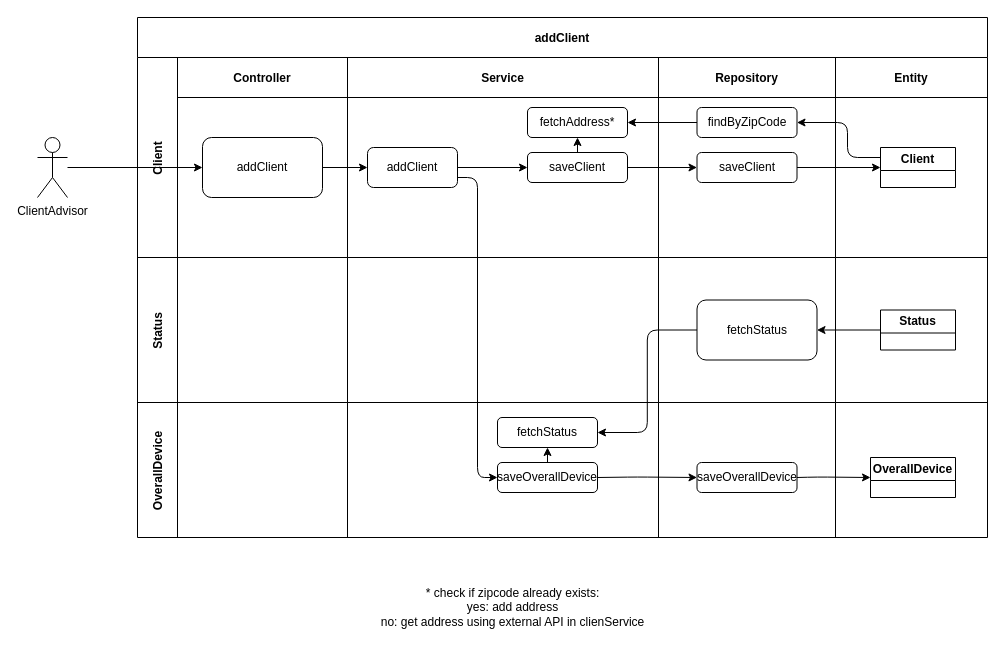
Above: media/ASD_addClient.drawio in MiloSimons/educom-ecopowrrr (draw.io), before the change. Source tidied: cells renumbered, new cells numbered last; positions are measured from the earlier drawing's top-left corner, leaving out a move shared by most shapes. Both pictures are drawn from the tidied source at 100%, with x=0, y=0 at pixel (37, 17).
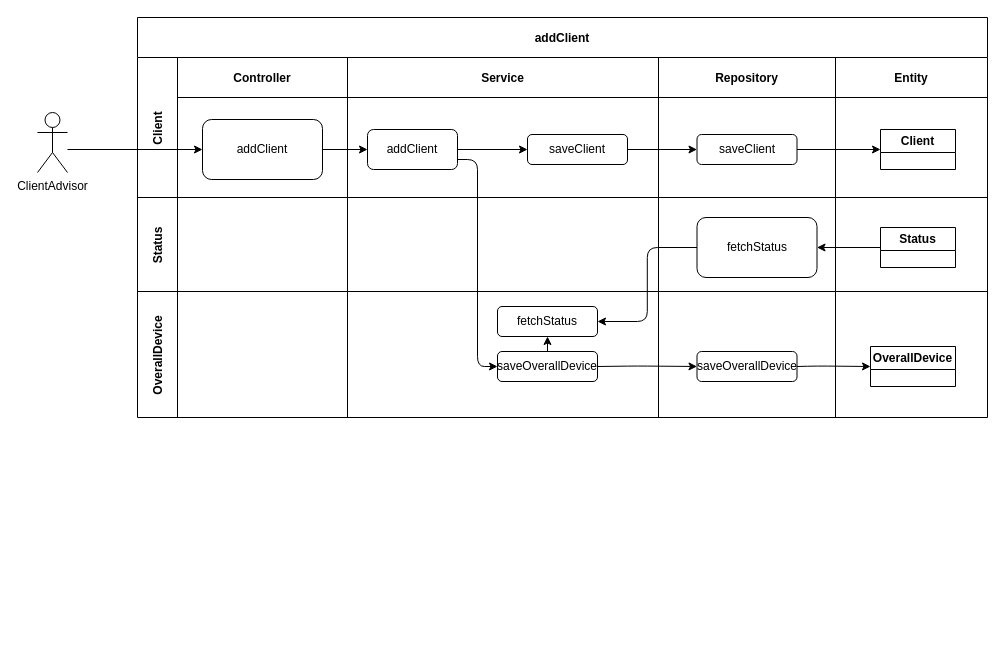
The same diagram, later.

Commit message (it also covers changes not shown here):
adding clients using postcode.tech (#6)

What changed in the source:
```diff
@@
+    <mxCell id="44" style="edgeStyle=none;html=1;" parent="1" edge="1" target="5">
+      <mxGeometry relative="1" as="geometry">
+        <mxPoint x="30" y="132" as="sourcePoint" />
+      </mxGeometry>
+    </mxCell>
+    <mxCell id="45" value="ClientAdvisor" style="shape=umlActor;verticalLabelPosition=bottom;verticalAlign=top;html=1;outlineConnect=0;" parent="1" vertex="1">
+      <mxGeometry y="95" width="30" height="60" as="geometry" />
+    </mxCell>
     <mxCell id="2" value="addClient" style="shape=table;childLayout=tableLayout;startSize=40;fontStyle=1;" parent="1" vertex="1">
-      <mxGeometry x="100" width="850" height="520" as="geometry" />
+      <mxGeometry x="100" width="850" height="400" as="geometry" />
     </mxCell>
     <mxCell id="3" value="Client" style="shape=tableRow;horizontal=0;startSize=40;swimlaneHead=0;swimlaneBody=0;top=0;left=0;bottom=0;right=0;fillColor=none;fontStyle=1;" parent="2" vertex="1">
-      <mxGeometry y="40" width="850" height="200" as="geometry" />
+      <mxGeometry y="40" width="850" height="140" as="geometry" />
     </mxCell>
     <mxCell id="4" value="Controller" style="swimlane;swimlaneHead=0;swimlaneBody=0;fontStyle=0;fillColor=none;startSize=40;fontStyle=1;" parent="3" vertex="1">
-      <mxGeometry x="40" width="170" height="200" as="geometry" />
+      <mxGeometry x="40" width="170" height="140" as="geometry" />
     </mxCell>
     <mxCell id="5" value="addClient" style="rounded=1;whiteSpace=wrap;html=1;" parent="4" vertex="1">
-      <mxGeometry x="25" y="80" width="120" height="60" as="geometry" />
+      <mxGeometry x="25" y="62" width="120" height="60" as="geometry" />
     </mxCell>
     <mxCell id="6" value="Service" style="swimlane;swimlaneHead=0;swimlaneBody=0;fontStyle=0;fillColor=none;startSize=40;fontStyle=1;" parent="3" vertex="1">
-      <mxGeometry x="210" width="311" height="200" as="geometry" />
+      <mxGeometry x="210" width="311" height="140" as="geometry" />
     </mxCell>
-    <mxCell id="7" style="edgeStyle=none;html=1;exitX=0.5;exitY=0;exitDx=0;exitDy=0;entryX=0.5;entryY=1;entryDx=0;entryDy=0;" parent="6" edge="1" source="9" target="11">
-      <mxGeometry relative="1" as="geometry" />
-    </mxCell>
     <mxCell id="8" value="addClient" style="rounded=1;whiteSpace=wrap;html=1;" parent="6" vertex="1">
-      <mxGeometry x="20" y="90" width="90" height="40" as="geometry" />
+      <mxGeometry x="20" y="72" width="90" height="40" as="geometry" />
     </mxCell>
     <mxCell id="9" value="saveClient" style="rounded=1;whiteSpace=wrap;html=1;" parent="6" vertex="1">
-      <mxGeometry x="180" y="95" width="100" height="30" as="geometry" />
+      <mxGeometry x="180" y="77" width="100" height="30" as="geometry" />
     </mxCell>
@@
-    <mxCell id="11" value="fetchAddress*" style="rounded=1;whiteSpace=wrap;html=1;" parent="6" vertex="1">
-      <mxGeometry x="180" y="50" width="100" height="30" as="geometry" />
-    </mxCell>
     <mxCell id="12" value="Repository" style="swimlane;swimlaneHead=0;swimlaneBody=0;fontStyle=0;fillColor=none;startSize=40;fontStyle=1;" parent="3" vertex="1">
-      <mxGeometry x="521" width="177" height="200" as="geometry" />
+      <mxGeometry x="521" width="177" height="140" as="geometry" />
     </mxCell>
     <mxCell id="13" value="saveClient" style="rounded=1;whiteSpace=wrap;html=1;" parent="12" vertex="1">
-      <mxGeometry x="38.5" y="95" width="100" height="30" as="geometry" />
+      <mxGeometry x="38.5" y="77" width="100" height="30" as="geometry" />
     </mxCell>
-    <mxCell id="14" value="findByZipCode" style="rounded=1;whiteSpace=wrap;html=1;" parent="12" vertex="1">
-      <mxGeometry x="38.5" y="50" width="100" height="30" as="geometry" />
-    </mxCell>
     <mxCell id="15" value="Entity" style="swimlane;swimlaneHead=0;swimlaneBody=0;fontStyle=0;fillColor=none;startSize=40;fontStyle=1;" parent="3" vertex="1">
-      <mxGeometry x="698" width="152" height="200" as="geometry" />
+      <mxGeometry x="698" width="152" height="140" as="geometry" />
     </mxCell>
     <mxCell id="16" value="Client" style="swimlane;whiteSpace=wrap;html=1;" parent="15" vertex="1">
-      <mxGeometry x="45" y="90" width="75" height="40" as="geometry" />
+      <mxGeometry x="45" y="72" width="75" height="40" as="geometry" />
     </mxCell>
@@
-    <mxCell id="20" style="edgeStyle=none;html=1;exitX=0;exitY=0.25;exitDx=0;exitDy=0;entryX=1;entryY=0.5;entryDx=0;entryDy=0;" parent="3" edge="1" source="16" target="14">
-      <mxGeometry relative="1" as="geometry">
-        <Array as="points">
-          <mxPoint x="710" y="100" />
-          <mxPoint x="710" y="65" />
-        </Array>
-      </mxGeometry>
-    </mxCell>
-    <mxCell id="21" style="edgeStyle=none;html=1;exitX=0;exitY=0.5;exitDx=0;exitDy=0;entryX=1;entryY=0.5;entryDx=0;entryDy=0;" parent="3" edge="1" source="14" target="11">
-      <mxGeometry relative="1" as="geometry" />
-    </mxCell>
     <mxCell id="22" value="Status" style="shape=tableRow;horizontal=0;startSize=40;swimlaneHead=0;swimlaneBody=0;top=0;left=0;bottom=0;right=0;fillColor=none;fontStyle=1;" parent="2" vertex="1">
-      <mxGeometry y="240" width="850" height="145" as="geometry" />
+      <mxGeometry y="180" width="850" height="94" as="geometry" />
     </mxCell>
     <mxCell id="23" style="swimlane;swimlaneHead=0;swimlaneBody=0;fontStyle=0;fillColor=none;startSize=0;fontStyle=1;" parent="22" vertex="1">
-      <mxGeometry x="40" width="170" height="145" as="geometry" />
+      <mxGeometry x="40" width="170" height="94" as="geometry" />
     </mxCell>
     <mxCell id="24" style="swimlane;swimlaneHead=0;swimlaneBody=0;fontStyle=0;fillColor=none;startSize=0;fontStyle=1;" parent="22" vertex="1">
-      <mxGeometry x="210" width="311" height="145" as="geometry" />
+      <mxGeometry x="210" width="311" height="94" as="geometry" />
     </mxCell>
     <mxCell id="25" style="swimlane;swimlaneHead=0;swimlaneBody=0;fontStyle=0;fillColor=none;startSize=0;fontStyle=1;" parent="22" vertex="1">
-      <mxGeometry x="521" width="177" height="145" as="geometry" />
+      <mxGeometry x="521" width="177" height="94" as="geometry" />
     </mxCell>
     <mxCell id="26" value="fetchStatus" style="rounded=1;whiteSpace=wrap;html=1;" parent="25" vertex="1">
-      <mxGeometry x="38.5" y="42.5" width="120" height="60" as="geometry" />
+      <mxGeometry x="38.5" y="20" width="120" height="60" as="geometry" />
     </mxCell>
+    <mxCell id="29" style="swimlane;swimlaneHead=0;swimlaneBody=0;fontStyle=0;fillColor=none;startSize=0;fontStyle=1;" parent="22" vertex="1">
+      <mxGeometry x="698" width="152" height="94" as="geometry" />
+    </mxCell>
-    <mxCell id="27" value="Status" style="swimlane;whiteSpace=wrap;html=1;" parent="25" vertex="1">
-      <mxGeometry x="222" y="52.5" width="75" height="40" as="geometry" />
+    <mxCell id="27" value="Status" style="swimlane;whiteSpace=wrap;html=1;" parent="29" vertex="1">
+      <mxGeometry x="45" y="30" width="75" height="40" as="geometry" />
     </mxCell>
-    <mxCell id="28" style="edgeStyle=none;html=1;exitX=0;exitY=0.5;exitDx=0;exitDy=0;entryX=1;entryY=0.5;entryDx=0;entryDy=0;" parent="25" edge="1" source="27" target="26">
+    <mxCell id="28" style="edgeStyle=none;html=1;exitX=0;exitY=0.5;exitDx=0;exitDy=0;entryX=1;entryY=0.5;entryDx=0;entryDy=0;" parent="22" edge="1" source="27" target="26">
       <mxGeometry relative="1" as="geometry" />
     </mxCell>
-    <mxCell id="29" style="swimlane;swimlaneHead=0;swimlaneBody=0;fontStyle=0;fillColor=none;startSize=0;fontStyle=1;" parent="22" vertex="1">
-      <mxGeometry x="698" width="152" height="145" as="geometry" />
-    </mxCell>
     <mxCell id="30" value="OverallDevice" style="shape=tableRow;horizontal=0;startSize=40;swimlaneHead=0;swimlaneBody=0;top=0;left=0;bottom=0;right=0;fillColor=none;fontStyle=1;" parent="2" vertex="1">
-      <mxGeometry y="385" width="850" height="135" as="geometry" />
+      <mxGeometry y="274" width="850" height="126" as="geometry" />
     </mxCell>
     <mxCell id="31" style="swimlane;swimlaneHead=0;swimlaneBody=0;fontStyle=0;fillColor=none;startSize=0;fontStyle=1;" parent="30" vertex="1">
-      <mxGeometry x="40" width="170" height="135" as="geometry" />
+      <mxGeometry x="40" width="170" height="126" as="geometry" />
     </mxCell>
     <mxCell id="32" style="swimlane;swimlaneHead=0;swimlaneBody=0;fontStyle=0;fillColor=none;startSize=0;fontStyle=1;" parent="30" vertex="1">
-      <mxGeometry x="210" width="311" height="135" as="geometry" />
+      <mxGeometry x="210" width="311" height="126" as="geometry" />
     </mxCell>
@@
     <mxCell id="40" style="swimlane;swimlaneHead=0;swimlaneBody=0;fontStyle=0;fillColor=none;startSize=0;fontStyle=1;" parent="30" vertex="1">
-      <mxGeometry x="521" width="177" height="135" as="geometry" />
+      <mxGeometry x="521" width="177" height="126" as="geometry" />
     </mxCell>
     <mxCell id="41" style="swimlane;swimlaneHead=0;swimlaneBody=0;fontStyle=0;fillColor=none;startSize=0;fontStyle=1;" parent="30" vertex="1">
-      <mxGeometry x="698" width="152" height="135" as="geometry" />
+      <mxGeometry x="698" width="152" height="126" as="geometry" />
     </mxCell>
@@
-    <mxCell id="44" style="edgeStyle=none;html=1;" parent="1" edge="1" source="45" target="5">
-      <mxGeometry relative="1" as="geometry" />
-    </mxCell>
-    <mxCell id="45" value="ClientAdvisor" style="shape=umlActor;verticalLabelPosition=bottom;verticalAlign=top;html=1;outlineConnect=0;" parent="1" vertex="1">
-      <mxGeometry y="120" width="30" height="60" as="geometry" />
-    </mxCell>
-    <mxCell id="46" value="* check if zipcode already exists:&lt;br&gt;yes: add address&lt;br&gt;no: get address using external API in clienService" style="text;html=1;align=center;verticalAlign=middle;strokeColor=none;fillColor=none;" parent="1" vertex="1">
-      <mxGeometry x="330" y="560" width="290" height="60" as="geometry" />
-    </mxCell>
```
